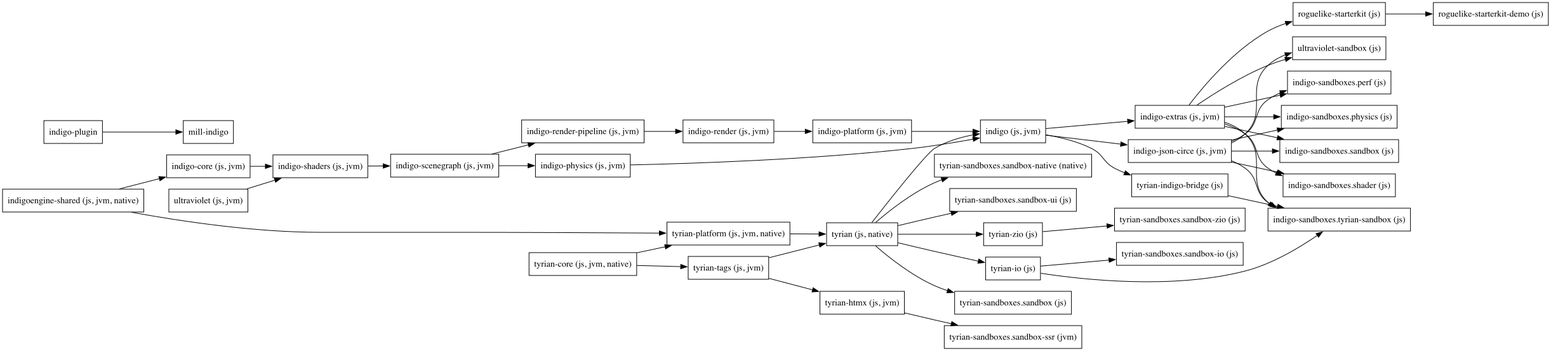
This is diagrams/indigoengine.png from PurpleKingdomGames/indigoengine, a Graphviz export, as it was before one commit. Its source is kept beside it as diagrams/indigoengine.dot.
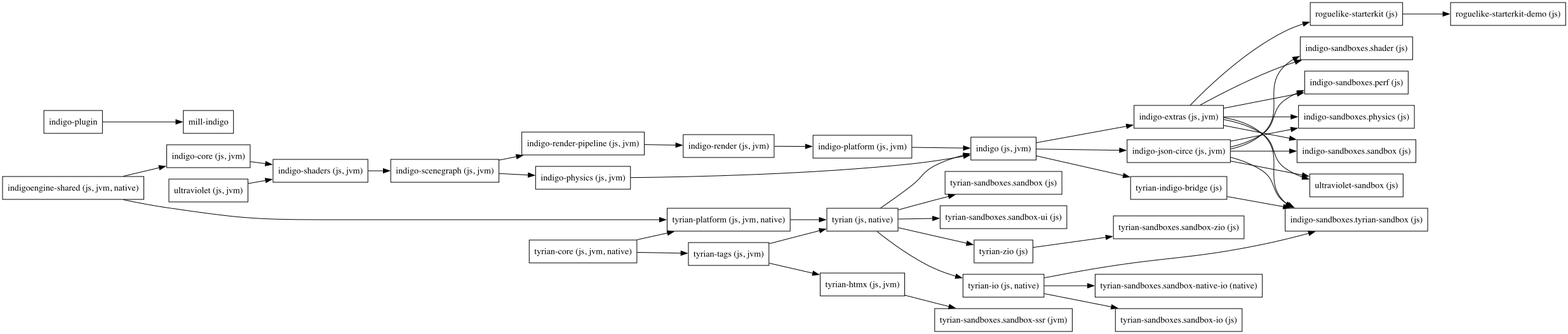
The same diagram one commit later.

Commit message:
Bump toolkit version in diagram script

The edit, as a diff of the source:
```diff
@@ -24,11 +24,11 @@
   "tyrian-core (js, jvm, native)" ["style"="solid","shape"="box"]
   "tyrian-htmx (js, jvm)" ["style"="solid","shape"="box"]
   "tyrian-indigo-bridge (js)" ["style"="solid","shape"="box"]
-  "tyrian-io (js)" ["style"="solid","shape"="box"]
+  "tyrian-io (js, native)" ["style"="solid","shape"="box"]
   "tyrian-platform (js, jvm, native)" ["style"="solid","shape"="box"]
   "tyrian-sandboxes.sandbox (js)" ["style"="solid","shape"="box"]
   "tyrian-sandboxes.sandbox-io (js)" ["style"="solid","shape"="box"]
-  "tyrian-sandboxes.sandbox-native (native)" ["style"="solid","shape"="box"]
+  "tyrian-sandboxes.sandbox-native-io (native)" ["style"="solid","shape"="box"]
   "tyrian-sandboxes.sandbox-ssr (jvm)" ["style"="solid","shape"="box"]
   "tyrian-sandboxes.sandbox-ui (js)" ["style"="solid","shape"="box"]
   "tyrian-sandboxes.sandbox-zio (js)" ["style"="solid","shape"="box"]
@@ -65,17 +65,17 @@
   "indigoengine-shared (js, jvm, native)" -> "tyrian-platform (js, jvm, native)"
   "roguelike-starterkit (js)" -> "roguelike-starterkit-demo (js)"
   "tyrian (js, native)" -> "indigo (js, jvm)"
-  "tyrian (js, native)" -> "tyrian-io (js)"
+  "tyrian (js, native)" -> "tyrian-io (js, native)"
   "tyrian (js, native)" -> "tyrian-sandboxes.sandbox (js)"
-  "tyrian (js, native)" -> "tyrian-sandboxes.sandbox-native (native)"
   "tyrian (js, native)" -> "tyrian-sandboxes.sandbox-ui (js)"
   "tyrian (js, native)" -> "tyrian-zio (js)"
   "tyrian-core (js, jvm, native)" -> "tyrian-platform (js, jvm, native)"
   "tyrian-core (js, jvm, native)" -> "tyrian-tags (js, jvm)"
   "tyrian-htmx (js, jvm)" -> "tyrian-sandboxes.sandbox-ssr (jvm)"
   "tyrian-indigo-bridge (js)" -> "indigo-sandboxes.tyrian-sandbox (js)"
-  "tyrian-io (js)" -> "indigo-sandboxes.tyrian-sandbox (js)"
-  "tyrian-io (js)" -> "tyrian-sandboxes.sandbox-io (js)"
+  "tyrian-io (js, native)" -> "indigo-sandboxes.tyrian-sandbox (js)"
+  "tyrian-io (js, native)" -> "tyrian-sandboxes.sandbox-io (js)"
+  "tyrian-io (js, native)" -> "tyrian-sandboxes.sandbox-native-io (native)"
   "tyrian-platform (js, jvm, native)" -> "tyrian (js, native)"
   "tyrian-tags (js, jvm)" -> "tyrian (js, native)"
   "tyrian-tags (js, jvm)" -> "tyrian-htmx (js, jvm)"
```
